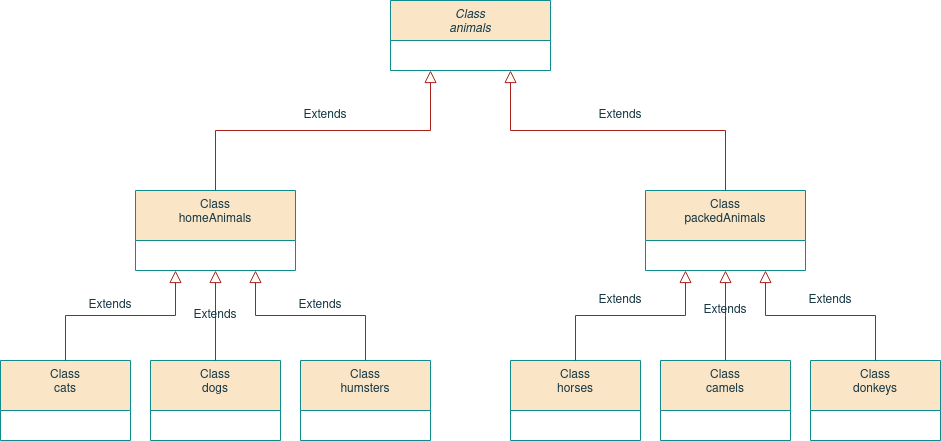
Above: Class-diagram.drawio.png in ArChenKo/AnimalKennel (draw.io), before the change. Source tidied: cells renumbered, new cells last; positions are measured from the earlier drawing's top-left corner, leaving out a move shared by most shapes.
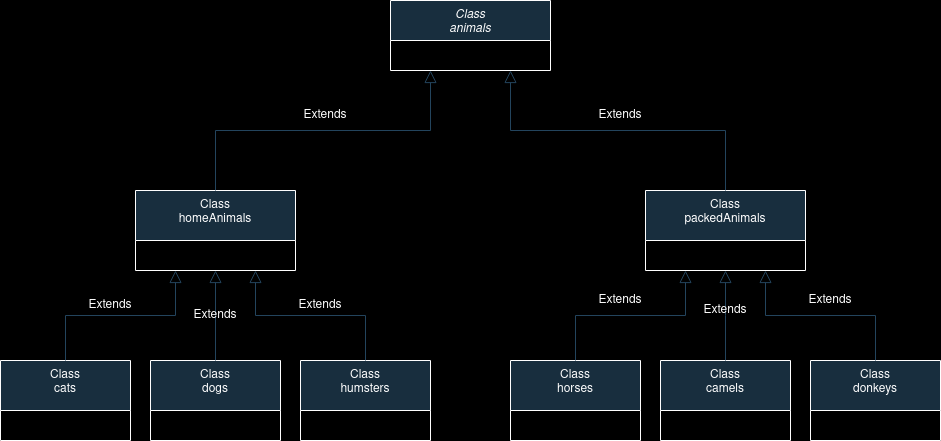
Later version of the same file.

Change to the diagram source:
```diff
@@ -1,80 +1,80 @@
-<mxGraphModel>
+<mxGraphModel background="#000000">
   <root>
     <mxCell id="0" />
     <mxCell id="1" parent="0" />
-    <mxCell id="2" value="Class&#10;animals" style="swimlane;fontStyle=2;align=center;verticalAlign=top;horizontal=1;startSize=40;rounded=0;shadow=0;strokeWidth=1;labelBackgroundColor=none;fillColor=#FAE5C7;strokeColor=#0F8B8D;fontColor=#143642;" parent="1" vertex="1">
+    <mxCell id="2" value="Class&#10;animals" style="swimlane;fontStyle=2;align=center;verticalAlign=top;horizontal=1;startSize=40;rounded=0;shadow=0;strokeWidth=1;labelBackgroundColor=none;fillColor=#182E3E;strokeColor=#FFFFFF;fontColor=#FFFFFF;" parent="1" vertex="1">
       <mxGeometry x="390" width="160" height="70" as="geometry" />
     </mxCell>
-    <mxCell id="3" value="Class&#10;homeAnimals" style="swimlane;fontStyle=0;align=center;verticalAlign=top;horizontal=1;startSize=50;rounded=0;shadow=0;strokeWidth=1;labelBackgroundColor=none;fillColor=#FAE5C7;strokeColor=#0F8B8D;fontColor=#143642;" parent="1" vertex="1">
+    <mxCell id="3" value="Class&#10;homeAnimals" style="swimlane;fontStyle=0;align=center;verticalAlign=top;horizontal=1;startSize=50;rounded=0;shadow=0;strokeWidth=1;labelBackgroundColor=none;fillColor=#182E3E;strokeColor=#FFFFFF;fontColor=#FFFFFF;" parent="1" vertex="1">
       <mxGeometry x="135" y="190" width="160" height="80" as="geometry" />
     </mxCell>
-    <mxCell id="4" style="endArrow=block;endSize=10;endFill=0;shadow=0;strokeWidth=1;rounded=0;edgeStyle=elbowEdgeStyle;elbow=vertical;entryX=0.25;entryY=1;entryDx=0;entryDy=0;labelBackgroundColor=none;strokeColor=#A8201A;fontColor=default;" parent="1" edge="1" source="3" target="2">
+    <mxCell id="4" style="endArrow=block;endSize=10;endFill=0;shadow=0;strokeWidth=1;rounded=0;edgeStyle=elbowEdgeStyle;elbow=vertical;entryX=0.25;entryY=1;entryDx=0;entryDy=0;labelBackgroundColor=none;fontColor=default;strokeColor=#23445D;" parent="1" edge="1" source="3" target="2">
       <mxGeometry relative="1" as="geometry" />
     </mxCell>
-    <mxCell id="5" value="Class&#10;packedAnimals&#10;" style="swimlane;fontStyle=0;align=center;verticalAlign=top;horizontal=1;startSize=50;rounded=0;shadow=0;strokeWidth=1;labelBackgroundColor=none;fillColor=#FAE5C7;strokeColor=#0F8B8D;fontColor=#143642;" parent="1" vertex="1">
+    <mxCell id="5" value="Class&#10;packedAnimals&#10;" style="swimlane;fontStyle=0;align=center;verticalAlign=top;horizontal=1;startSize=50;rounded=0;shadow=0;strokeWidth=1;labelBackgroundColor=none;fillColor=#182E3E;strokeColor=#FFFFFF;fontColor=#FFFFFF;" parent="1" vertex="1">
       <mxGeometry x="645" y="190" width="160" height="80" as="geometry" />
     </mxCell>
-    <mxCell id="6" style="endArrow=block;endSize=10;endFill=0;shadow=0;strokeWidth=1;rounded=0;edgeStyle=elbowEdgeStyle;elbow=vertical;entryX=0.75;entryY=1;entryDx=0;entryDy=0;labelBackgroundColor=none;strokeColor=#A8201A;fontColor=default;" parent="1" edge="1" source="5" target="2">
+    <mxCell id="6" style="endArrow=block;endSize=10;endFill=0;shadow=0;strokeWidth=1;rounded=0;edgeStyle=elbowEdgeStyle;elbow=vertical;entryX=0.75;entryY=1;entryDx=0;entryDy=0;labelBackgroundColor=none;fontColor=default;strokeColor=#23445D;" parent="1" edge="1" source="5" target="2">
       <mxGeometry relative="1" as="geometry" />
     </mxCell>
-    <mxCell id="7" value="Class&#10;cats" style="swimlane;fontStyle=0;align=center;verticalAlign=top;horizontal=1;startSize=50;rounded=0;shadow=0;strokeWidth=1;labelBackgroundColor=none;fillColor=#FAE5C7;strokeColor=#0F8B8D;fontColor=#143642;" parent="1" vertex="1">
+    <mxCell id="7" value="Class&#10;cats" style="swimlane;fontStyle=0;align=center;verticalAlign=top;horizontal=1;startSize=50;rounded=0;shadow=0;strokeWidth=1;labelBackgroundColor=none;fillColor=#182E3E;strokeColor=#FFFFFF;fontColor=#FFFFFF;" parent="1" vertex="1">
       <mxGeometry y="360" width="130" height="80" as="geometry" />
     </mxCell>
-    <mxCell id="8" style="endArrow=block;endSize=10;endFill=0;shadow=0;strokeWidth=1;rounded=0;edgeStyle=elbowEdgeStyle;elbow=vertical;exitX=0.5;exitY=0;exitDx=0;exitDy=0;entryX=0.25;entryY=1;entryDx=0;entryDy=0;labelBackgroundColor=none;strokeColor=#A8201A;fontColor=default;" parent="1" edge="1" source="7" target="3">
+    <mxCell id="8" style="endArrow=block;endSize=10;endFill=0;shadow=0;strokeWidth=1;rounded=0;edgeStyle=elbowEdgeStyle;elbow=vertical;exitX=0.5;exitY=0;exitDx=0;exitDy=0;entryX=0.25;entryY=1;entryDx=0;entryDy=0;labelBackgroundColor=none;fontColor=default;strokeColor=#23445D;" parent="1" edge="1" source="7" target="3">
       <mxGeometry relative="1" as="geometry" />
     </mxCell>
-    <mxCell id="9" value="Class&#10;dogs" style="swimlane;fontStyle=0;align=center;verticalAlign=top;horizontal=1;startSize=50;rounded=0;shadow=0;strokeWidth=1;labelBackgroundColor=none;fillColor=#FAE5C7;strokeColor=#0F8B8D;fontColor=#143642;" parent="1" vertex="1">
+    <mxCell id="9" value="Class&#10;dogs" style="swimlane;fontStyle=0;align=center;verticalAlign=top;horizontal=1;startSize=50;rounded=0;shadow=0;strokeWidth=1;labelBackgroundColor=none;fillColor=#182E3E;strokeColor=#FFFFFF;fontColor=#FFFFFF;" parent="1" vertex="1">
       <mxGeometry x="150" y="360" width="130" height="80" as="geometry" />
     </mxCell>
-    <mxCell id="10" value="Class&#10;humsters&#10;" style="swimlane;fontStyle=0;align=center;verticalAlign=top;horizontal=1;startSize=50;rounded=0;shadow=0;strokeWidth=1;labelBackgroundColor=none;fillColor=#FAE5C7;strokeColor=#0F8B8D;fontColor=#143642;" parent="1" vertex="1">
+    <mxCell id="10" value="Class&#10;humsters&#10;" style="swimlane;fontStyle=0;align=center;verticalAlign=top;horizontal=1;startSize=50;rounded=0;shadow=0;strokeWidth=1;labelBackgroundColor=none;fillColor=#182E3E;strokeColor=#FFFFFF;fontColor=#FFFFFF;" parent="1" vertex="1">
       <mxGeometry x="300" y="360" width="130" height="80" as="geometry" />
     </mxCell>
-    <mxCell id="11" value="Class&#10;horses&#10;" style="swimlane;fontStyle=0;align=center;verticalAlign=top;horizontal=1;startSize=50;rounded=0;shadow=0;strokeWidth=1;labelBackgroundColor=none;fillColor=#FAE5C7;strokeColor=#0F8B8D;fontColor=#143642;" parent="1" vertex="1">
+    <mxCell id="11" value="Class&#10;horses&#10;" style="swimlane;fontStyle=0;align=center;verticalAlign=top;horizontal=1;startSize=50;rounded=0;shadow=0;strokeWidth=1;labelBackgroundColor=none;fillColor=#182E3E;strokeColor=#FFFFFF;fontColor=#FFFFFF;" parent="1" vertex="1">
       <mxGeometry x="510" y="360" width="130" height="80" as="geometry" />
     </mxCell>
-    <mxCell id="12" value="Class&#10;camels&#10;" style="swimlane;fontStyle=0;align=center;verticalAlign=top;horizontal=1;startSize=50;rounded=0;shadow=0;strokeWidth=1;labelBackgroundColor=none;fillColor=#FAE5C7;strokeColor=#0F8B8D;fontColor=#143642;" parent="1" vertex="1">
+    <mxCell id="12" value="Class&#10;camels&#10;" style="swimlane;fontStyle=0;align=center;verticalAlign=top;horizontal=1;startSize=50;rounded=0;shadow=0;strokeWidth=1;labelBackgroundColor=none;fillColor=#182E3E;strokeColor=#FFFFFF;fontColor=#FFFFFF;" parent="1" vertex="1">
       <mxGeometry x="660" y="360" width="130" height="80" as="geometry" />
     </mxCell>
-    <mxCell id="13" value="Class&#10;donkeys&#10;" style="swimlane;fontStyle=0;align=center;verticalAlign=top;horizontal=1;startSize=50;rounded=0;shadow=0;strokeWidth=1;labelBackgroundColor=none;fillColor=#FAE5C7;strokeColor=#0F8B8D;fontColor=#143642;" parent="1" vertex="1">
+    <mxCell id="13" value="Class&#10;donkeys&#10;" style="swimlane;fontStyle=0;align=center;verticalAlign=top;horizontal=1;startSize=50;rounded=0;shadow=0;strokeWidth=1;labelBackgroundColor=none;fillColor=#182E3E;strokeColor=#FFFFFF;fontColor=#FFFFFF;" parent="1" vertex="1">
       <mxGeometry x="810" y="360" width="130" height="80" as="geometry" />
     </mxCell>
-    <mxCell id="14" style="endArrow=block;endSize=10;endFill=0;shadow=0;strokeWidth=1;rounded=0;edgeStyle=elbowEdgeStyle;elbow=vertical;exitX=0.5;exitY=0;exitDx=0;exitDy=0;entryX=0.5;entryY=1;entryDx=0;entryDy=0;labelBackgroundColor=none;strokeColor=#A8201A;fontColor=default;" parent="1" edge="1" source="9" target="3">
+    <mxCell id="14" style="endArrow=block;endSize=10;endFill=0;shadow=0;strokeWidth=1;rounded=0;edgeStyle=elbowEdgeStyle;elbow=vertical;exitX=0.5;exitY=0;exitDx=0;exitDy=0;entryX=0.5;entryY=1;entryDx=0;entryDy=0;labelBackgroundColor=none;fontColor=default;strokeColor=#23445D;" parent="1" edge="1" source="9" target="3">
       <mxGeometry relative="1" as="geometry" />
     </mxCell>
-    <mxCell id="15" style="endArrow=block;endSize=10;endFill=0;shadow=0;strokeWidth=1;rounded=0;edgeStyle=elbowEdgeStyle;elbow=vertical;exitX=0.5;exitY=0;exitDx=0;exitDy=0;entryX=0.75;entryY=1;entryDx=0;entryDy=0;labelBackgroundColor=none;strokeColor=#A8201A;fontColor=default;" parent="1" edge="1" source="10" target="3">
+    <mxCell id="15" style="endArrow=block;endSize=10;endFill=0;shadow=0;strokeWidth=1;rounded=0;edgeStyle=elbowEdgeStyle;elbow=vertical;exitX=0.5;exitY=0;exitDx=0;exitDy=0;entryX=0.75;entryY=1;entryDx=0;entryDy=0;labelBackgroundColor=none;fontColor=default;strokeColor=#23445D;" parent="1" edge="1" source="10" target="3">
       <mxGeometry relative="1" as="geometry" />
     </mxCell>
-    <mxCell id="16" style="endArrow=block;endSize=10;endFill=0;shadow=0;strokeWidth=1;rounded=0;edgeStyle=elbowEdgeStyle;elbow=vertical;exitX=0.5;exitY=0;exitDx=0;exitDy=0;entryX=0.25;entryY=1;entryDx=0;entryDy=0;labelBackgroundColor=none;strokeColor=#A8201A;fontColor=default;" parent="1" edge="1" source="11" target="5">
+    <mxCell id="16" style="endArrow=block;endSize=10;endFill=0;shadow=0;strokeWidth=1;rounded=0;edgeStyle=elbowEdgeStyle;elbow=vertical;exitX=0.5;exitY=0;exitDx=0;exitDy=0;entryX=0.25;entryY=1;entryDx=0;entryDy=0;labelBackgroundColor=none;fontColor=default;strokeColor=#23445D;" parent="1" edge="1" source="11" target="5">
       <mxGeometry relative="1" as="geometry" />
     </mxCell>
-    <mxCell id="17" style="endArrow=block;endSize=10;endFill=0;shadow=0;strokeWidth=1;rounded=0;edgeStyle=elbowEdgeStyle;elbow=vertical;exitX=0.5;exitY=0;exitDx=0;exitDy=0;entryX=0.5;entryY=1;entryDx=0;entryDy=0;labelBackgroundColor=none;strokeColor=#A8201A;fontColor=default;" parent="1" edge="1" source="12" target="5">
+    <mxCell id="17" style="endArrow=block;endSize=10;endFill=0;shadow=0;strokeWidth=1;rounded=0;edgeStyle=elbowEdgeStyle;elbow=vertical;exitX=0.5;exitY=0;exitDx=0;exitDy=0;entryX=0.5;entryY=1;entryDx=0;entryDy=0;labelBackgroundColor=none;fontColor=default;strokeColor=#23445D;" parent="1" edge="1" source="12" target="5">
       <mxGeometry relative="1" as="geometry" />
     </mxCell>
-    <mxCell id="18" style="endArrow=block;endSize=10;endFill=0;shadow=0;strokeWidth=1;rounded=0;edgeStyle=elbowEdgeStyle;elbow=vertical;exitX=0.5;exitY=0;exitDx=0;exitDy=0;entryX=0.75;entryY=1;entryDx=0;entryDy=0;labelBackgroundColor=none;strokeColor=#A8201A;fontColor=default;" parent="1" edge="1" source="13" target="5">
+    <mxCell id="18" style="endArrow=block;endSize=10;endFill=0;shadow=0;strokeWidth=1;rounded=0;edgeStyle=elbowEdgeStyle;elbow=vertical;exitX=0.5;exitY=0;exitDx=0;exitDy=0;entryX=0.75;entryY=1;entryDx=0;entryDy=0;labelBackgroundColor=none;fontColor=default;strokeColor=#23445D;" parent="1" edge="1" source="13" target="5">
       <mxGeometry relative="1" as="geometry" />
     </mxCell>
-    <mxCell id="19" value="Extends" style="text;html=1;strokeColor=none;fillColor=none;align=center;verticalAlign=middle;whiteSpace=wrap;rounded=0;labelBackgroundColor=none;fontColor=#143642;" parent="1" vertex="1">
+    <mxCell id="19" value="Extends" style="text;html=1;strokeColor=none;fillColor=none;align=center;verticalAlign=middle;whiteSpace=wrap;rounded=0;labelBackgroundColor=none;fontColor=#FFFFFF;" parent="1" vertex="1">
       <mxGeometry x="80" y="290" width="60" height="30" as="geometry" />
     </mxCell>
-    <mxCell id="20" value="Extends" style="text;html=1;strokeColor=none;fillColor=none;align=center;verticalAlign=middle;whiteSpace=wrap;rounded=0;labelBackgroundColor=none;fontColor=#143642;" parent="1" vertex="1">
+    <mxCell id="20" value="Extends" style="text;html=1;strokeColor=none;fillColor=none;align=center;verticalAlign=middle;whiteSpace=wrap;rounded=0;labelBackgroundColor=none;fontColor=#FFFFFF;" parent="1" vertex="1">
       <mxGeometry x="290" y="290" width="60" height="30" as="geometry" />
     </mxCell>
-    <mxCell id="21" value="Extends" style="text;html=1;strokeColor=none;fillColor=none;align=center;verticalAlign=middle;whiteSpace=wrap;rounded=0;labelBackgroundColor=none;fontColor=#143642;" parent="1" vertex="1">
+    <mxCell id="21" value="Extends" style="text;html=1;strokeColor=none;fillColor=none;align=center;verticalAlign=middle;whiteSpace=wrap;rounded=0;labelBackgroundColor=none;fontColor=#FFFFFF;" parent="1" vertex="1">
       <mxGeometry x="185" y="300" width="60" height="30" as="geometry" />
     </mxCell>
-    <mxCell id="22" value="Extends" style="text;html=1;strokeColor=none;fillColor=none;align=center;verticalAlign=middle;whiteSpace=wrap;rounded=0;labelBackgroundColor=none;fontColor=#143642;" parent="1" vertex="1">
+    <mxCell id="22" value="Extends" style="text;html=1;strokeColor=none;fillColor=none;align=center;verticalAlign=middle;whiteSpace=wrap;rounded=0;labelBackgroundColor=none;fontColor=#FFFFFF;" parent="1" vertex="1">
       <mxGeometry x="590" y="285" width="60" height="30" as="geometry" />
     </mxCell>
-    <mxCell id="23" value="Extends" style="text;html=1;strokeColor=none;fillColor=none;align=center;verticalAlign=middle;whiteSpace=wrap;rounded=0;labelBackgroundColor=none;fontColor=#143642;" parent="1" vertex="1">
+    <mxCell id="23" value="Extends" style="text;html=1;strokeColor=none;fillColor=none;align=center;verticalAlign=middle;whiteSpace=wrap;rounded=0;labelBackgroundColor=none;fontColor=#FFFFFF;" parent="1" vertex="1">
       <mxGeometry x="800" y="285" width="60" height="30" as="geometry" />
     </mxCell>
-    <mxCell id="24" value="Extends" style="text;html=1;strokeColor=none;fillColor=none;align=center;verticalAlign=middle;whiteSpace=wrap;rounded=0;labelBackgroundColor=none;fontColor=#143642;" parent="1" vertex="1">
+    <mxCell id="24" value="Extends" style="text;html=1;strokeColor=none;fillColor=none;align=center;verticalAlign=middle;whiteSpace=wrap;rounded=0;labelBackgroundColor=none;fontColor=#FFFFFF;" parent="1" vertex="1">
       <mxGeometry x="695" y="295" width="60" height="30" as="geometry" />
     </mxCell>
-    <mxCell id="25" value="Extends" style="text;html=1;strokeColor=none;fillColor=none;align=center;verticalAlign=middle;whiteSpace=wrap;rounded=0;labelBackgroundColor=none;fontColor=#143642;" parent="1" vertex="1">
+    <mxCell id="25" value="Extends" style="text;html=1;strokeColor=none;fillColor=none;align=center;verticalAlign=middle;whiteSpace=wrap;rounded=0;labelBackgroundColor=none;fontColor=#FFFFFF;" parent="1" vertex="1">
       <mxGeometry x="295" y="100" width="60" height="30" as="geometry" />
     </mxCell>
-    <mxCell id="26" value="Extends" style="text;html=1;strokeColor=none;fillColor=none;align=center;verticalAlign=middle;whiteSpace=wrap;rounded=0;labelBackgroundColor=none;fontColor=#143642;" parent="1" vertex="1">
+    <mxCell id="26" value="Extends" style="text;html=1;strokeColor=none;fillColor=none;align=center;verticalAlign=middle;whiteSpace=wrap;rounded=0;labelBackgroundColor=none;fontColor=#FFFFFF;" parent="1" vertex="1">
       <mxGeometry x="590" y="100" width="60" height="30" as="geometry" />
     </mxCell>
   </root>
```
